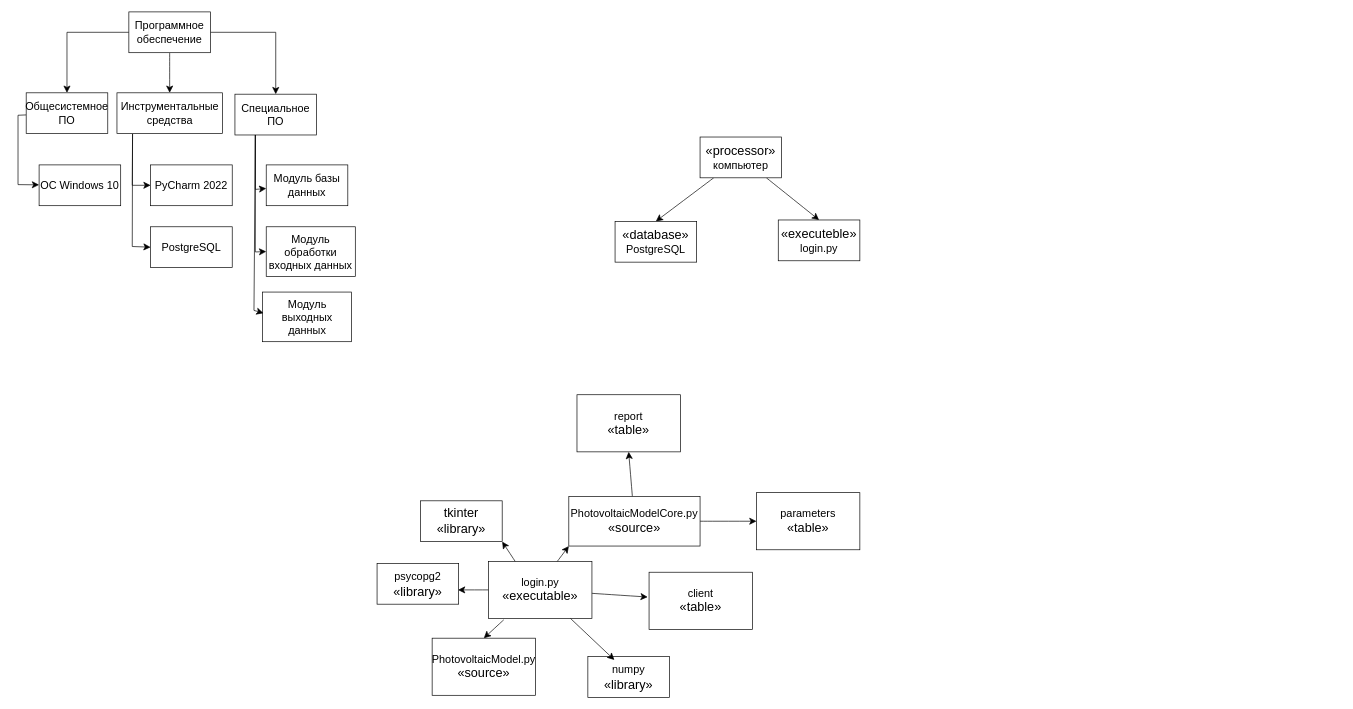
Earlier version of the draw.io diagram lab7.drawio (DiKachura/tppo). Source tidied: cells renumbered, new cells numbered last; positions are measured from the earlier drawing's top-left corner, leaving out a move shared by most shapes. Both pictures are drawn from the tidied source at 68%, with x=0, y=0 at pixel (18, 12).
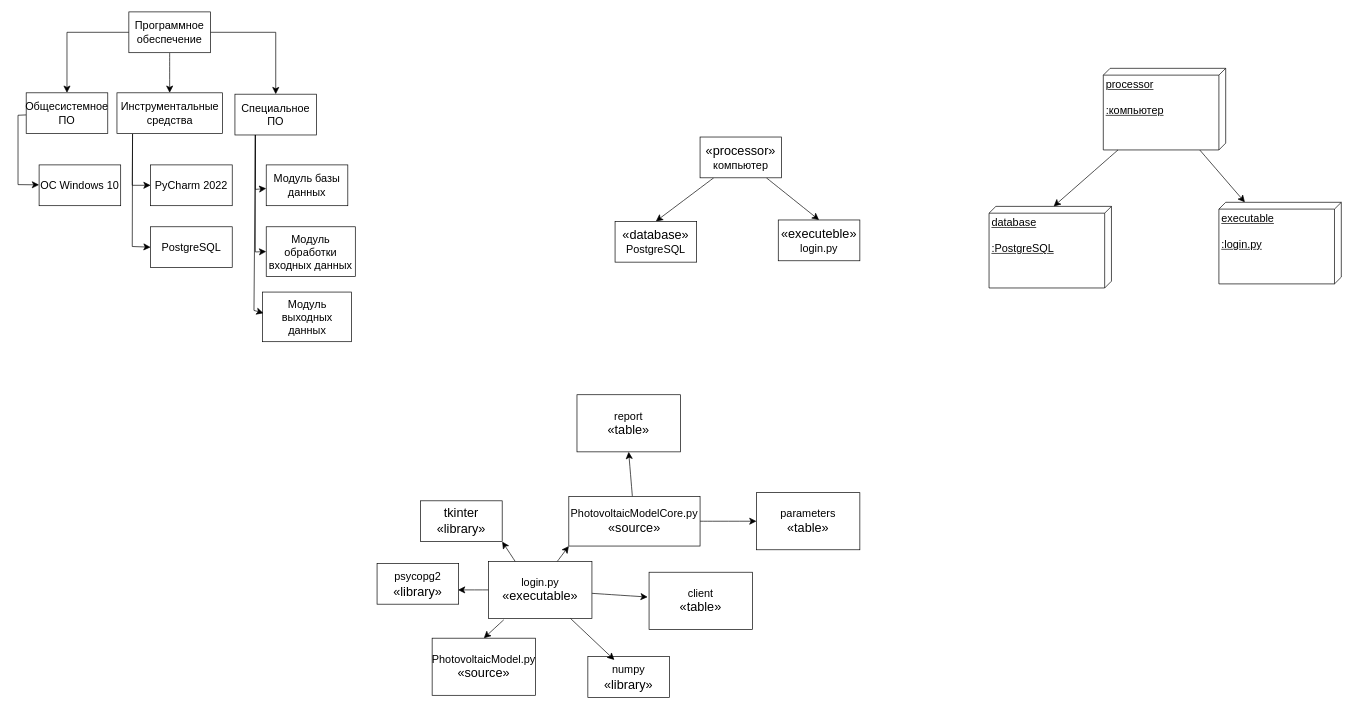
Above is the later version.

Diff of the diagram source:
```diff
@@
+    <mxCell id="44" style="edgeStyle=none;curved=1;rounded=0;jettySize=auto;html=1;fontSize=12;startSize=8;endSize=8;" parent="1" edge="1" source="45" target="47">
+      <mxGeometry relative="1" as="geometry" />
+    </mxCell>
+    <mxCell id="45" value="&lt;span class=&quot;a&quot;&gt;&lt;/span&gt;&lt;span class=&quot;a&quot;&gt;&lt;/span&gt;&lt;span class=&quot;a&quot;&gt;&lt;/span&gt;processor&lt;br&gt;&lt;br&gt;:компьютер" style="verticalAlign=top;align=left;spacingTop=8;spacingLeft=2;spacingRight=12;shape=cube;size=10;direction=south;fontStyle=4;html=1;whiteSpace=wrap;fontSize=16;" parent="1" vertex="1">
+      <mxGeometry x="1596" y="83" width="180" height="120" as="geometry" />
+    </mxCell>
+    <mxCell id="46" value="database&lt;br&gt;&lt;br&gt;:PostgreSQL" style="verticalAlign=top;align=left;spacingTop=8;spacingLeft=2;spacingRight=12;shape=cube;size=10;direction=south;fontStyle=4;html=1;whiteSpace=wrap;fontSize=16;" parent="1" vertex="1">
+      <mxGeometry x="1428" y="286" width="180" height="120" as="geometry" />
+    </mxCell>
+    <mxCell id="47" value="executable&lt;br&gt;&lt;br&gt;:login.py" style="verticalAlign=top;align=left;spacingTop=8;spacingLeft=2;spacingRight=12;shape=cube;size=10;direction=south;fontStyle=4;html=1;whiteSpace=wrap;fontSize=16;" parent="1" vertex="1">
+      <mxGeometry x="1766" y="280" width="180" height="120" as="geometry" />
+    </mxCell>
+    <mxCell id="48" style="edgeStyle=none;curved=1;rounded=0;jettySize=auto;html=1;entryX=0;entryY=0;entryDx=0;entryDy=85;entryPerimeter=0;fontSize=12;startSize=8;endSize=8;" parent="1" edge="1" source="45" target="46">
+      <mxGeometry relative="1" as="geometry" />
+    </mxCell>
```
